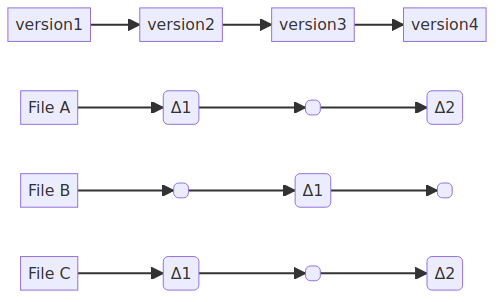
Before: _images/mermaid/deltas.mmd.png, a diagram exported from Mermaid (NETWAYS/gitlab-training). Its source is kept beside it as _images/mermaid/deltas.mmd. The source it was exported from:
```mermaid
graph LR
    version1 --> version2 --> version3 --> version4
    A[File A] -->A1(Δ1) --> A2( ) --> A3(Δ2)
    B[File B] -->B1( ) -->B2(Δ1) --> B3( )
    C[File C] -->C1(Δ1) -->C2( ) --> C3(Δ2)
```
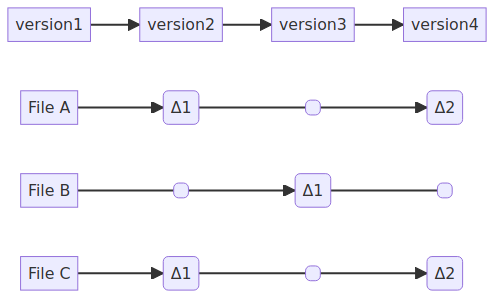
Above is the later version.

Commit message:
Remove arrows to empty deltas in diagram

Change to the diagram source:
```diff
@@ -1,5 +1,5 @@
 graph LR
     version1 --> version2 --> version3 --> version4
-    A[File A] -->A1(Δ1) --> A2( ) --> A3(Δ2)
-    B[File B] -->B1( ) -->B2(Δ1) --> B3( )
-    C[File C] -->C1(Δ1) -->C2( ) --> C3(Δ2)
+    A[File A] -->A1(Δ1) ---A2( ) --> A3(Δ2)
+    B[File B] ---B1( ) -->B2(Δ1) --- B3( )
+    C[File C] -->C1(Δ1) ---C2( ) --> C3(Δ2)
```
